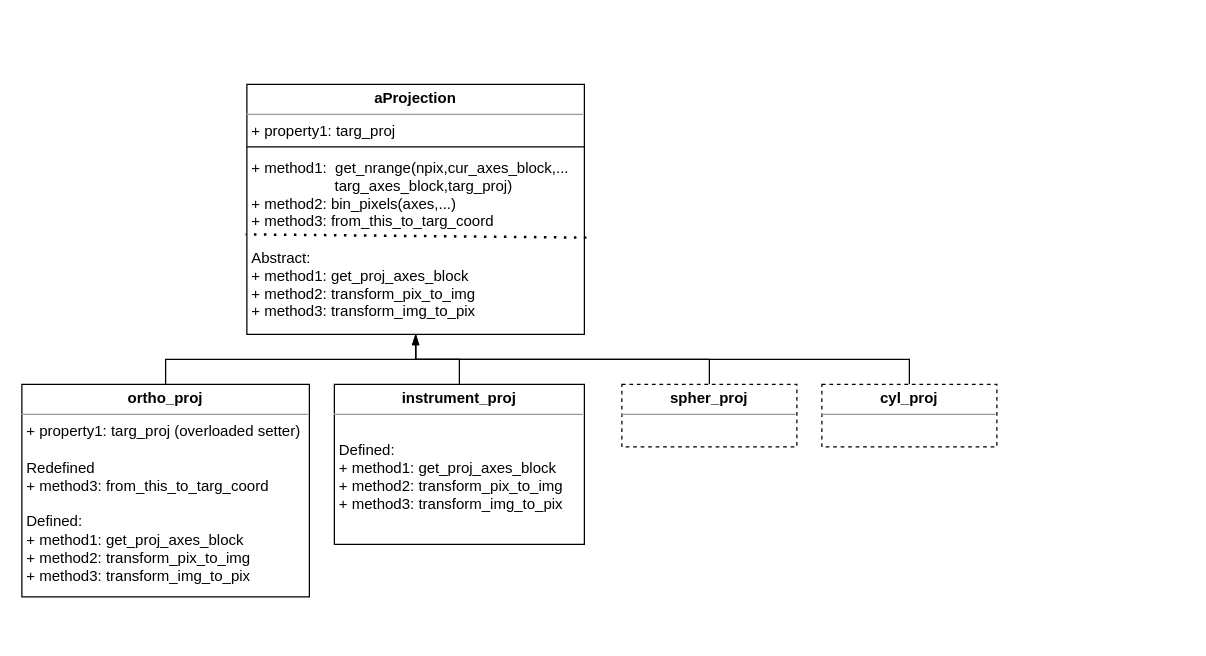
This is page "projection" (4 of 9) of documentation/diagrams/sqw-dnd_new.drawio from pace-neutrons/Horace, a draw.io file, before an edit. Source tidied: cells renumbered, new cells numbered last; positions are measured from the earlier drawing's top-left corner, leaving out a move shared by most shapes. Both pictures are drawn from the tidied source at 125%, with x=0, y=0 at pixel (21, 84).
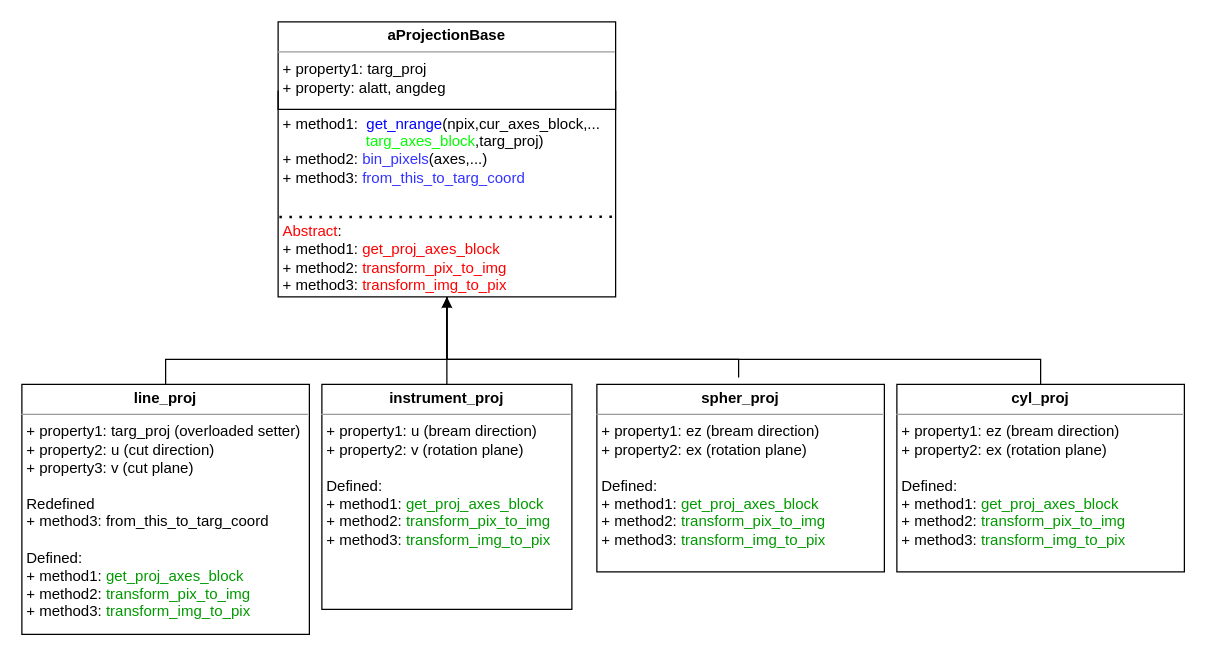
The same diagram, later.

What changed in the source:
```diff
@@
-    <mxCell id="2" value="&lt;p style=&quot;margin: 0px ; margin-top: 4px ; text-align: center&quot;&gt;&lt;b&gt;aProjection&lt;/b&gt;&lt;/p&gt;&lt;hr size=&quot;1&quot;&gt;&lt;p style=&quot;margin: 0px ; margin-left: 4px&quot;&gt;+ property1:&amp;nbsp;targ_proj&lt;br&gt;&lt;/p&gt;&lt;p style=&quot;margin: 0px ; margin-left: 4px&quot;&gt;&lt;br&gt;&lt;/p&gt;&lt;p style=&quot;margin: 0px ; margin-left: 4px&quot;&gt;+ method1:&amp;nbsp;&amp;nbsp;&lt;span&gt;get_nrange(npix,cur_axes_block,...&lt;/span&gt;&lt;/p&gt;&lt;p style=&quot;margin: 0px ; margin-left: 4px&quot;&gt;&amp;nbsp; &amp;nbsp; &amp;nbsp; &amp;nbsp; &amp;nbsp; &amp;nbsp; &amp;nbsp; &amp;nbsp; &amp;nbsp; &amp;nbsp; targ_axes_block,targ_proj)&lt;/p&gt;&lt;p style=&quot;margin: 0px ; margin-left: 4px&quot;&gt;+ method2:&amp;nbsp;&lt;span&gt;bin_pixels(&lt;/span&gt;&lt;span&gt;axes,...)&lt;/span&gt;&lt;/p&gt;&lt;p style=&quot;margin: 0px ; margin-left: 4px&quot;&gt;+ method3:&amp;nbsp;from_this_to_targ_coord&lt;span&gt;&lt;br&gt;&lt;/span&gt;&lt;/p&gt;&lt;p style=&quot;margin: 0px ; margin-left: 4px&quot;&gt;&lt;br&gt;&lt;/p&gt;&lt;p style=&quot;margin: 0px ; margin-left: 4px&quot;&gt;Abstract:&lt;/p&gt;&lt;p style=&quot;margin: 0px ; margin-left: 4px&quot;&gt;+ method1:&amp;nbsp;get_proj_axes_block&lt;/p&gt;&lt;p style=&quot;margin: 0px ; margin-left: 4px&quot;&gt;+ method2:&amp;nbsp;transform_pix_to_img&lt;/p&gt;&lt;p style=&quot;margin: 0px ; margin-left: 4px&quot;&gt;+ method3:&amp;nbsp;transform_img_to_pix&lt;/p&gt;&lt;p style=&quot;margin: 0px ; margin-left: 4px&quot;&gt;&lt;br&gt;&lt;/p&gt;" style="verticalAlign=top;align=left;overflow=fill;fontSize=12;fontFamily=Helvetica;html=1;" parent="1" vertex="1">
-      <mxGeometry x="180" width="270" height="200" as="geometry" />
+    <mxCell id="2" value="&lt;p style=&quot;margin: 0px ; margin-top: 4px ; text-align: center&quot;&gt;&lt;b&gt;aProjectionBase&lt;/b&gt;&lt;/p&gt;&lt;hr size=&quot;1&quot;&gt;&lt;p style=&quot;margin: 0px ; margin-left: 4px&quot;&gt;+ property1:&amp;nbsp;targ_proj&lt;br&gt;&lt;/p&gt;&lt;p style=&quot;margin: 0px ; margin-left: 4px&quot;&gt;+ property: alatt, angdeg&lt;/p&gt;&lt;p style=&quot;margin: 0px ; margin-left: 4px&quot;&gt;&lt;br&gt;&lt;/p&gt;&lt;p style=&quot;margin: 0px ; margin-left: 4px&quot;&gt;+ method1:&amp;nbsp;&amp;nbsp;&lt;font color=&quot;#0000ff&quot;&gt;get_nrange&lt;/font&gt;(npix,cur_axes_block,...&lt;/p&gt;&lt;p style=&quot;margin: 0px ; margin-left: 4px&quot;&gt;&amp;nbsp; &amp;nbsp; &amp;nbsp; &amp;nbsp; &amp;nbsp; &amp;nbsp; &amp;nbsp; &amp;nbsp; &amp;nbsp; &amp;nbsp; &lt;font color=&quot;#00ff00&quot;&gt;targ_axes_block&lt;/font&gt;,targ_proj)&lt;/p&gt;&lt;p style=&quot;margin: 0px ; margin-left: 4px&quot;&gt;+ method2:&amp;nbsp;&lt;font color=&quot;#3333ff&quot;&gt;bin_pixels&lt;/font&gt;(axes,...)&lt;/p&gt;&lt;p style=&quot;margin: 0px ; margin-left: 4px&quot;&gt;+ method3:&amp;nbsp;&lt;font color=&quot;#3333ff&quot;&gt;from_this_to_targ_coord&lt;/font&gt;&lt;span&gt;&lt;br&gt;&lt;/span&gt;&lt;/p&gt;&lt;p style=&quot;margin: 0px ; margin-left: 4px&quot;&gt;&lt;br&gt;&lt;/p&gt;&lt;p style=&quot;margin: 0px ; margin-left: 4px&quot;&gt;&lt;br&gt;&lt;/p&gt;&lt;p style=&quot;margin: 0px ; margin-left: 4px&quot;&gt;&lt;font color=&quot;#ff0000&quot;&gt;Abstract&lt;/font&gt;:&lt;/p&gt;&lt;p style=&quot;margin: 0px ; margin-left: 4px&quot;&gt;+ method1:&amp;nbsp;&lt;font color=&quot;#ff0000&quot;&gt;get_proj_axes_block&lt;/font&gt;&lt;/p&gt;&lt;p style=&quot;margin: 0px ; margin-left: 4px&quot;&gt;+ method2:&amp;nbsp;&lt;font color=&quot;#ff0000&quot;&gt;transform_pix_to_img&lt;/font&gt;&lt;/p&gt;&lt;p style=&quot;margin: 0px ; margin-left: 4px&quot;&gt;+ method3:&amp;nbsp;&lt;font color=&quot;#ff0000&quot;&gt;transform_img_to_pix&lt;/font&gt;&lt;/p&gt;&lt;p style=&quot;margin: 0px ; margin-left: 4px&quot;&gt;&lt;br&gt;&lt;/p&gt;" style="verticalAlign=top;align=left;overflow=fill;fontSize=12;fontFamily=Helvetica;html=1;" parent="1" vertex="1">
+      <mxGeometry x="205" y="-50" width="270" height="220" as="geometry" />
     </mxCell>
-    <mxCell id="3" style="endArrow=none;dashed=1;html=1;dashPattern=1 3;strokeWidth=2;exitX=1.006;exitY=0.613;exitDx=0;exitDy=0;exitPerimeter=0;" parent="1" edge="1" source="2">
-      <mxGeometry relative="1" as="geometry">
-        <mxPoint x="179" y="120" as="targetPoint" />
-      </mxGeometry>
+    <mxCell id="3" style="endArrow=none;dashed=1;html=1;dashPattern=1 3;strokeWidth=2;entryX=-0.017;entryY=0.71;entryDx=0;entryDy=0;entryPerimeter=0;exitX=0.989;exitY=0.709;exitDx=0;exitDy=0;exitPerimeter=0;" parent="1" edge="1" source="2" target="2">
+      <mxGeometry relative="1" as="geometry" />
     </mxCell>
     <mxCell id="4" style="edgeStyle=orthogonalEdgeStyle;rounded=0;jettySize=auto;html=1;exitX=0.5;exitY=0;exitDx=0;exitDy=0;entryX=0.5;entryY=1;entryDx=0;entryDy=0;endArrow=none;endFill=0;" parent="1" edge="1" source="5" target="2">
-      <mxGeometry relative="1" as="geometry" />
+      <mxGeometry relative="1" as="geometry">
+        <Array as="points">
+          <mxPoint x="115" y="220" />
+          <mxPoint x="340" y="220" />
+        </Array>
+      </mxGeometry>
     </mxCell>
-    <mxCell id="5" value="&lt;p style=&quot;margin: 0px ; margin-top: 4px ; text-align: center&quot;&gt;&lt;b&gt;ortho_proj&lt;/b&gt;&lt;/p&gt;&lt;hr size=&quot;1&quot;&gt;&lt;p style=&quot;margin: 0px ; margin-left: 4px&quot;&gt;+ property1:&amp;nbsp;targ_proj (overloaded setter)&lt;br&gt;&lt;/p&gt;&lt;p style=&quot;margin: 0px ; margin-left: 4px&quot;&gt;&lt;br&gt;&lt;/p&gt;&lt;p style=&quot;margin: 0px ; margin-left: 4px&quot;&gt;Redefined&lt;/p&gt;&lt;p style=&quot;margin: 0px ; margin-left: 4px&quot;&gt;&lt;span&gt;+ method3:&amp;nbsp;from_this_to_targ_coord&lt;/span&gt;&lt;br&gt;&lt;/p&gt;&lt;p style=&quot;margin: 0px ; margin-left: 4px&quot;&gt;&lt;span&gt;&lt;br&gt;&lt;/span&gt;&lt;/p&gt;&lt;p style=&quot;margin: 0px ; margin-left: 4px&quot;&gt;&lt;span&gt;Defined:&lt;/span&gt;&lt;br&gt;&lt;/p&gt;&lt;p style=&quot;margin: 0px ; margin-left: 4px&quot;&gt;+ method1:&amp;nbsp;get_proj_axes_block&lt;/p&gt;&lt;p style=&quot;margin: 0px ; margin-left: 4px&quot;&gt;+ method2:&amp;nbsp;transform_pix_to_img&lt;/p&gt;&lt;p style=&quot;margin: 0px ; margin-left: 4px&quot;&gt;+ method3:&amp;nbsp;transform_img_to_pix&lt;/p&gt;" style="verticalAlign=top;align=left;overflow=fill;fontSize=12;fontFamily=Helvetica;html=1;" parent="1" vertex="1">
-      <mxGeometry y="240" width="230" height="170" as="geometry" />
+    <mxCell id="5" value="&lt;p style=&quot;margin: 0px ; margin-top: 4px ; text-align: center&quot;&gt;&lt;b&gt;line_proj&lt;/b&gt;&lt;/p&gt;&lt;hr size=&quot;1&quot;&gt;&lt;p style=&quot;margin: 0px ; margin-left: 4px&quot;&gt;+ property1:&amp;nbsp;targ_proj (overloaded setter)&lt;br&gt;&lt;/p&gt;&lt;p style=&quot;margin: 0px ; margin-left: 4px&quot;&gt;+ property2: u (cut direction)&lt;br&gt;&lt;/p&gt;&lt;p style=&quot;margin: 0px ; margin-left: 4px&quot;&gt;+ property3: v (cut plane)&lt;br&gt;&lt;/p&gt;&lt;p style=&quot;margin: 0px ; margin-left: 4px&quot;&gt;&lt;span style=&quot;background-color: initial;&quot;&gt;&lt;br&gt;&lt;/span&gt;&lt;/p&gt;&lt;p style=&quot;margin: 0px ; margin-left: 4px&quot;&gt;&lt;span style=&quot;background-color: initial;&quot;&gt;Redefined&lt;/span&gt;&lt;br&gt;&lt;/p&gt;&lt;p style=&quot;margin: 0px ; margin-left: 4px&quot;&gt;&lt;span&gt;+ method3:&amp;nbsp;from_this_to_targ_coord&lt;/span&gt;&lt;br&gt;&lt;/p&gt;&lt;p style=&quot;margin: 0px ; margin-left: 4px&quot;&gt;&lt;span&gt;&lt;br&gt;&lt;/span&gt;&lt;/p&gt;&lt;p style=&quot;margin: 0px ; margin-left: 4px&quot;&gt;&lt;span&gt;Defined:&lt;/span&gt;&lt;br&gt;&lt;/p&gt;&lt;p style=&quot;margin: 0px ; margin-left: 4px&quot;&gt;+ method1:&amp;nbsp;&lt;font color=&quot;#009900&quot;&gt;get_proj_axes_block&lt;/font&gt;&lt;/p&gt;&lt;p style=&quot;margin: 0px ; margin-left: 4px&quot;&gt;+ method2:&amp;nbsp;&lt;font color=&quot;#009900&quot;&gt;transform_pix_to_img&lt;/font&gt;&lt;/p&gt;&lt;p style=&quot;margin: 0px ; margin-left: 4px&quot;&gt;+ method3:&amp;nbsp;&lt;font color=&quot;#009900&quot;&gt;transform_img_to_pix&lt;/font&gt;&lt;/p&gt;" style="verticalAlign=top;align=left;overflow=fill;fontSize=12;fontFamily=Helvetica;html=1;" parent="1" vertex="1">
+      <mxGeometry y="240" width="230" height="200" as="geometry" />
     </mxCell>
     <mxCell id="6" style="edgeStyle=orthogonalEdgeStyle;rounded=0;orthogonalLoop=1;jettySize=auto;html=1;exitX=0;exitY=0.25;exitDx=0;exitDy=0;entryX=1;entryY=0.25;entryDx=0;entryDy=0;endArrow=none;endFill=0;" parent="1" edge="1" source="2" target="2">
       <mxGeometry relative="1" as="geometry">
         <Array as="points">
-          <mxPoint x="330" y="50" />
-          <mxPoint x="330" y="50" />
+          <mxPoint x="205" y="20" />
+          <mxPoint x="475" y="20" />
         </Array>
       </mxGeometry>
     </mxCell>
-    <mxCell id="7" style="edgeStyle=orthogonalEdgeStyle;rounded=0;jettySize=auto;html=1;exitX=0.5;exitY=0;exitDx=0;exitDy=0;entryX=0.5;entryY=1;entryDx=0;entryDy=0;endArrow=blockThin;endFill=1;" parent="1" edge="1" source="8" target="2">
-      <mxGeometry relative="1" as="geometry" />
+    <mxCell id="7" style="edgeStyle=orthogonalEdgeStyle;rounded=0;jettySize=auto;html=1;exitX=0.5;exitY=0;exitDx=0;exitDy=0;entryX=0.5;entryY=1;entryDx=0;entryDy=0;" parent="1" edge="1" source="8" target="2">
+      <mxGeometry relative="1" as="geometry">
+        <Array as="points">
+          <mxPoint x="340" y="200" />
+          <mxPoint x="340" y="200" />
+        </Array>
+      </mxGeometry>
     </mxCell>
-    <mxCell id="8" value="&lt;p style=&quot;margin: 0px ; margin-top: 4px ; text-align: center&quot;&gt;&lt;b&gt;instrument_proj&lt;/b&gt;&lt;/p&gt;&lt;hr size=&quot;1&quot;&gt;&lt;p style=&quot;margin: 0px ; margin-left: 4px&quot;&gt;&lt;br&gt;&lt;/p&gt;&lt;p style=&quot;margin: 0px ; margin-left: 4px&quot;&gt;&lt;span&gt;Defined:&lt;/span&gt;&lt;br&gt;&lt;/p&gt;&lt;p style=&quot;margin: 0px ; margin-left: 4px&quot;&gt;+ method1:&amp;nbsp;get_proj_axes_block&lt;/p&gt;&lt;p style=&quot;margin: 0px ; margin-left: 4px&quot;&gt;+ method2:&amp;nbsp;transform_pix_to_img&lt;/p&gt;&lt;p style=&quot;margin: 0px ; margin-left: 4px&quot;&gt;+ method3:&amp;nbsp;transform_img_to_pix&lt;/p&gt;" style="verticalAlign=top;align=left;overflow=fill;fontSize=12;fontFamily=Helvetica;html=1;" parent="1" vertex="1">
-      <mxGeometry x="250" y="240" width="200" height="128" as="geometry" />
+    <mxCell id="8" value="&lt;p style=&quot;margin: 0px ; margin-top: 4px ; text-align: center&quot;&gt;&lt;b&gt;instrument_proj&lt;/b&gt;&lt;/p&gt;&lt;hr size=&quot;1&quot;&gt;&lt;p style=&quot;border-color: var(--border-color); margin: 0px 0px 0px 4px;&quot;&gt;+ property1: u (bream direction)&lt;br style=&quot;border-color: var(--border-color);&quot;&gt;&lt;/p&gt;&lt;p style=&quot;border-color: var(--border-color); margin: 0px 0px 0px 4px;&quot;&gt;+ property2: v (rotation plane)&lt;br style=&quot;border-color: var(--border-color);&quot;&gt;&lt;/p&gt;&lt;div&gt;&lt;br&gt;&lt;/div&gt;&lt;p style=&quot;margin: 0px ; margin-left: 4px&quot;&gt;&lt;span&gt;Defined:&lt;/span&gt;&lt;br&gt;&lt;/p&gt;&lt;p style=&quot;margin: 0px ; margin-left: 4px&quot;&gt;+ method1:&amp;nbsp;&lt;font color=&quot;#009900&quot;&gt;get_proj_axes_block&lt;/font&gt;&lt;/p&gt;&lt;p style=&quot;margin: 0px ; margin-left: 4px&quot;&gt;+ method2:&amp;nbsp;&lt;font color=&quot;#009900&quot;&gt;transform_pix_to_img&lt;/font&gt;&lt;/p&gt;&lt;p style=&quot;margin: 0px ; margin-left: 4px&quot;&gt;+ method3:&amp;nbsp;&lt;font color=&quot;#009900&quot;&gt;transform_img_to_pix&lt;/font&gt;&lt;/p&gt;" style="verticalAlign=top;align=left;overflow=fill;fontSize=12;fontFamily=Helvetica;html=1;" parent="1" vertex="1">
+      <mxGeometry x="240" y="240" width="200" height="180" as="geometry" />
     </mxCell>
-    <mxCell id="9" style="edgeStyle=orthogonalEdgeStyle;rounded=0;jettySize=auto;html=1;exitX=0.5;exitY=0;exitDx=0;exitDy=0;endArrow=none;endFill=0;entryX=0.5;entryY=1;entryDx=0;entryDy=0;" parent="1" edge="1" source="10" target="2">
-      <mxGeometry relative="1" as="geometry" />
+    <mxCell id="9" style="rounded=0;jettySize=auto;html=1;exitX=0.493;exitY=-0.037;exitDx=0;exitDy=0;endArrow=none;endFill=0;entryX=0.5;entryY=1;entryDx=0;entryDy=0;exitPerimeter=0;edgeStyle=elbowEdgeStyle;elbow=vertical;" parent="1" edge="1" source="13" target="2">
+      <mxGeometry relative="1" as="geometry">
+        <Array as="points">
+          <mxPoint x="450" y="220" />
+        </Array>
+      </mxGeometry>
     </mxCell>
-    <mxCell id="10" value="&lt;p style=&quot;margin: 0px ; margin-top: 4px ; text-align: center&quot;&gt;&lt;b&gt;spher_proj&lt;/b&gt;&lt;/p&gt;&lt;hr size=&quot;1&quot;&gt;&lt;p style=&quot;margin: 0px ; margin-left: 4px&quot;&gt;&lt;br&gt;&lt;/p&gt;&lt;p style=&quot;margin: 0px ; margin-left: 4px&quot;&gt;&lt;br&gt;&lt;/p&gt;" style="verticalAlign=top;align=left;overflow=fill;fontSize=12;fontFamily=Helvetica;html=1;dashed=1;" parent="1" vertex="1">
-      <mxGeometry x="480" y="240" width="140" height="50" as="geometry" />
-    </mxCell>
-    <mxCell id="11" style="edgeStyle=orthogonalEdgeStyle;rounded=0;jettySize=auto;html=1;exitX=0.5;exitY=0;exitDx=0;exitDy=0;entryX=0.5;entryY=1;entryDx=0;entryDy=0;endArrow=blockThin;endFill=1;" parent="1" edge="1" source="12" target="2">
-      <mxGeometry relative="1" as="geometry" />
+    <mxCell id="11" style="edgeStyle=orthogonalEdgeStyle;rounded=0;jettySize=auto;html=1;entryX=0.5;entryY=1;entryDx=0;entryDy=0;endArrow=blockThin;endFill=1;exitX=0.5;exitY=0;exitDx=0;exitDy=0;" parent="1" edge="1" source="14" target="2">
+      <mxGeometry relative="1" as="geometry">
+        <Array as="points">
+          <mxPoint x="815" y="220" />
+          <mxPoint x="340" y="220" />
+        </Array>
+      </mxGeometry>
     </mxCell>
-    <mxCell id="12" value="&lt;p style=&quot;margin: 0px ; margin-top: 4px ; text-align: center&quot;&gt;&lt;b&gt;cyl_proj&lt;/b&gt;&lt;/p&gt;&lt;hr size=&quot;1&quot;&gt;&lt;p style=&quot;margin: 0px ; margin-left: 4px&quot;&gt;&lt;br&gt;&lt;/p&gt;&lt;p style=&quot;margin: 0px ; margin-left: 4px&quot;&gt;&lt;br&gt;&lt;/p&gt;" style="verticalAlign=top;align=left;overflow=fill;fontSize=12;fontFamily=Helvetica;html=1;dashed=1;" parent="1" vertex="1">
-      <mxGeometry x="640" y="240" width="140" height="50" as="geometry" />
-    </mxCell>
+    <mxCell id="13" value="&lt;p style=&quot;margin: 0px ; margin-top: 4px ; text-align: center&quot;&gt;&lt;b&gt;spher_proj&lt;/b&gt;&lt;/p&gt;&lt;hr size=&quot;1&quot;&gt;&lt;p style=&quot;border-color: var(--border-color); margin: 0px 0px 0px 4px;&quot;&gt;+ property1: ez (bream direction)&lt;br style=&quot;border-color: var(--border-color);&quot;&gt;&lt;/p&gt;&lt;p style=&quot;border-color: var(--border-color); margin: 0px 0px 0px 4px;&quot;&gt;+ property2: ex (rotation plane)&lt;/p&gt;&lt;p style=&quot;margin: 0px ; margin-left: 4px&quot;&gt;&lt;br&gt;&lt;/p&gt;&lt;p style=&quot;margin: 0px ; margin-left: 4px&quot;&gt;&lt;span&gt;Defined:&lt;/span&gt;&lt;br&gt;&lt;/p&gt;&lt;p style=&quot;margin: 0px ; margin-left: 4px&quot;&gt;+ method1:&amp;nbsp;&lt;font color=&quot;#009900&quot;&gt;get_proj_axes_block&lt;/font&gt;&lt;/p&gt;&lt;p style=&quot;margin: 0px ; margin-left: 4px&quot;&gt;+ method2:&amp;nbsp;&lt;font color=&quot;#009900&quot;&gt;transform_pix_to_img&lt;/font&gt;&lt;/p&gt;&lt;p style=&quot;margin: 0px ; margin-left: 4px&quot;&gt;+ method3:&amp;nbsp;&lt;font color=&quot;#009900&quot;&gt;transform_img_to_pix&lt;/font&gt;&lt;/p&gt;" style="verticalAlign=top;align=left;overflow=fill;fontSize=12;fontFamily=Helvetica;html=1;" parent="1" vertex="1">
+      <mxGeometry x="460" y="240" width="230" height="150" as="geometry" />
+    </mxCell>
+    <mxCell id="14" value="&lt;p style=&quot;margin: 0px ; margin-top: 4px ; text-align: center&quot;&gt;&lt;b&gt;cyl_proj&lt;/b&gt;&lt;/p&gt;&lt;hr size=&quot;1&quot;&gt;&lt;p style=&quot;border-color: var(--border-color); margin: 0px 0px 0px 4px;&quot;&gt;+ property1: ez (bream direction)&lt;br style=&quot;border-color: var(--border-color);&quot;&gt;&lt;/p&gt;&lt;p style=&quot;border-color: var(--border-color); margin: 0px 0px 0px 4px;&quot;&gt;+ property2: ex (rotation plane)&lt;/p&gt;&lt;p style=&quot;margin: 0px ; margin-left: 4px&quot;&gt;&lt;br&gt;&lt;/p&gt;&lt;p style=&quot;margin: 0px ; margin-left: 4px&quot;&gt;&lt;span&gt;Defined:&lt;/span&gt;&lt;br&gt;&lt;/p&gt;&lt;p style=&quot;margin: 0px ; margin-left: 4px&quot;&gt;+ method1:&amp;nbsp;&lt;font color=&quot;#009900&quot;&gt;get_proj_axes_block&lt;/font&gt;&lt;/p&gt;&lt;p style=&quot;margin: 0px ; margin-left: 4px&quot;&gt;+ method2:&amp;nbsp;&lt;font color=&quot;#009900&quot;&gt;transform_pix_to_img&lt;/font&gt;&lt;/p&gt;&lt;p style=&quot;margin: 0px ; margin-left: 4px&quot;&gt;+ method3:&amp;nbsp;&lt;font color=&quot;#009900&quot;&gt;transform_img_to_pix&lt;/font&gt;&lt;/p&gt;" style="verticalAlign=top;align=left;overflow=fill;fontSize=12;fontFamily=Helvetica;html=1;" parent="1" vertex="1">
+      <mxGeometry x="700" y="240" width="230" height="150" as="geometry" />
+    </mxCell>
```
